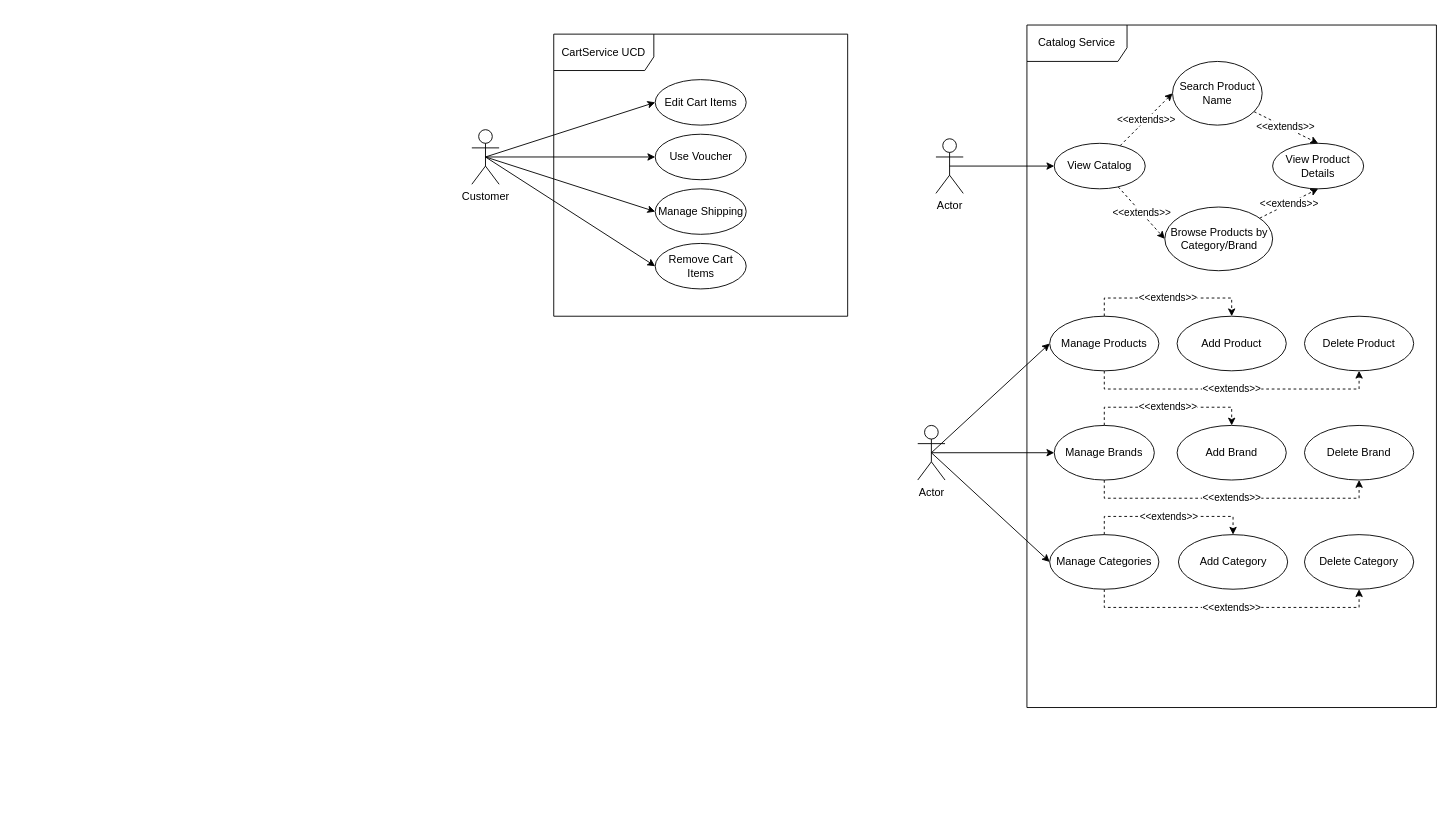
Earlier version of the draw.io diagram DD_usecase.drawio (fsidiqs/DD_Diagrams). Source tidied: cells renumbered, new cells numbered last; positions are measured from the earlier drawing's top-left corner, leaving out a move shared by most shapes. Both pictures are drawn from the tidied source at 91%, with x=0, y=0 at pixel (471, 25).
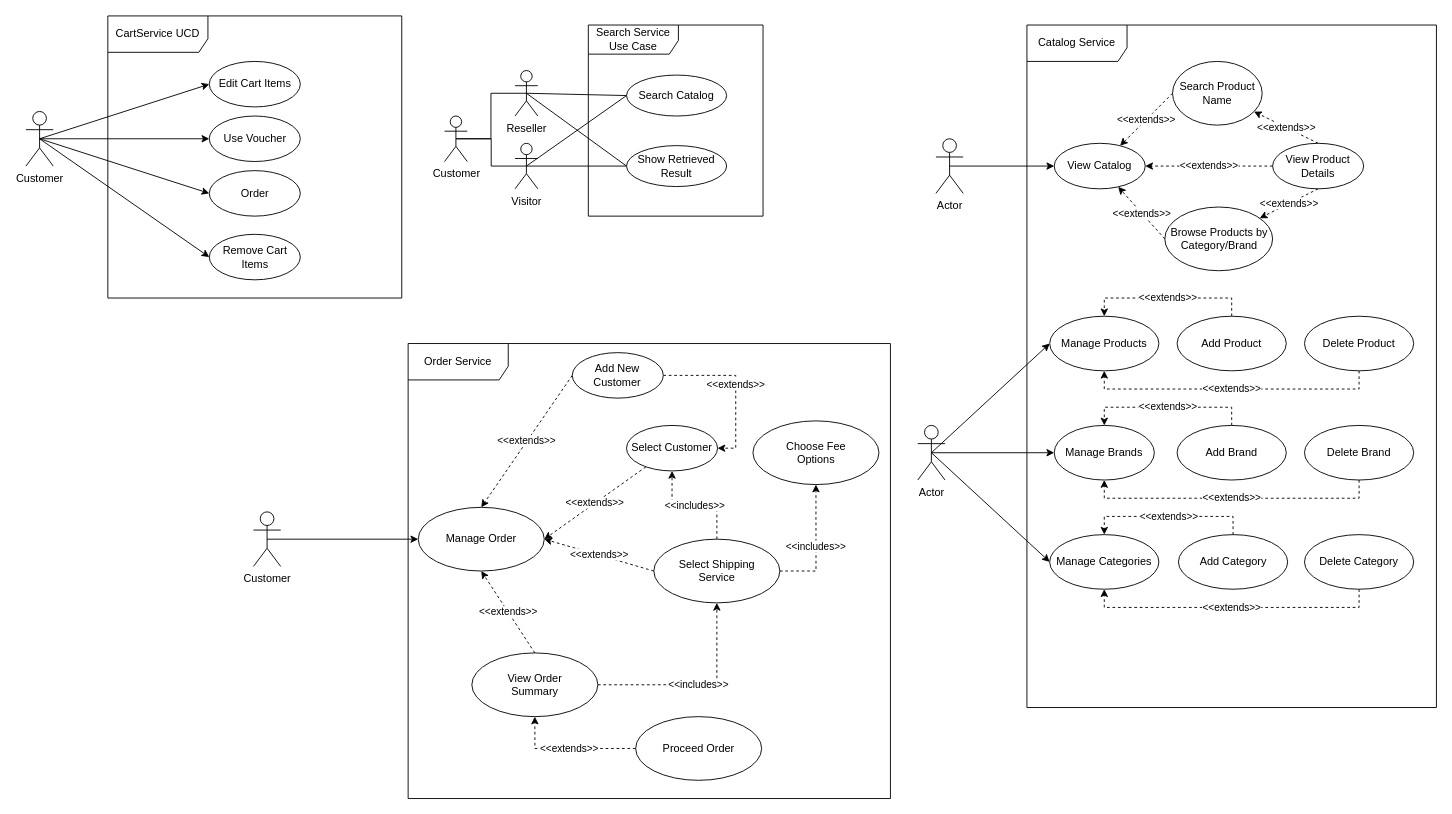
After the change.

Commit message:
Added Order Service DD_usecase.drawio

The change refers to these unchanged cells:
```xml
<mxCell id="14" value="Search Product Name" style="ellipse;whiteSpace=wrap;html=1;" parent="1" vertex="1">
  <mxGeometry x="770" y="40" width="98.5" height="70" as="geometry" />
</mxCell>
<mxCell id="15" value="View Product Details" style="ellipse;whiteSpace=wrap;html=1;" parent="1" vertex="1">
  <mxGeometry x="880" y="130" width="100" height="50" as="geometry" />
</mxCell>
<mxCell id="18" value="View Catalog" style="ellipse;whiteSpace=wrap;html=1;" parent="1" vertex="1">
  <mxGeometry x="640" y="130" width="100" height="50" as="geometry" />
</mxCell>
<mxCell id="20" value="Browse Products by Category/Brand" style="ellipse;whiteSpace=wrap;html=1;" parent="1" vertex="1">
  <mxGeometry x="761.5" y="200" width="118.5" height="70" as="geometry" />
</mxCell>
<mxCell id="25" value="Manage Categories" style="ellipse;whiteSpace=wrap;html=1;" parent="1" vertex="1">
  <mxGeometry x="635" y="560" width="120" height="60" as="geometry" />
</mxCell>
<mxCell id="28" value="Manage Brands" style="ellipse;whiteSpace=wrap;html=1;" parent="1" vertex="1">
  <mxGeometry x="640" y="440" width="110" height="60" as="geometry" />
</mxCell>
<mxCell id="31" value="Manage Products" style="ellipse;whiteSpace=wrap;html=1;" parent="1" vertex="1">
  <mxGeometry x="635" y="320" width="120" height="60" as="geometry" />
</mxCell>
<mxCell id="32" value="Add Product" style="ellipse;whiteSpace=wrap;html=1;" parent="1" vertex="1">
  <mxGeometry x="775" y="320" width="120" height="60" as="geometry" />
</mxCell>
<mxCell id="33" value="Delete Product" style="ellipse;whiteSpace=wrap;html=1;" parent="1" vertex="1">
  <mxGeometry x="915" y="320" width="120" height="60" as="geometry" />
</mxCell>
<mxCell id="34" value="Add Brand" style="ellipse;whiteSpace=wrap;html=1;" parent="1" vertex="1">
  <mxGeometry x="775" y="440" width="120" height="60" as="geometry" />
</mxCell>
<mxCell id="35" value="Delete Brand" style="ellipse;whiteSpace=wrap;html=1;" parent="1" vertex="1">
  <mxGeometry x="915" y="440" width="120" height="60" as="geometry" />
</mxCell>
<mxCell id="36" value="Add Category" style="ellipse;whiteSpace=wrap;html=1;" parent="1" vertex="1">
  <mxGeometry x="776.5" y="560" width="120" height="60" as="geometry" />
</mxCell>
<mxCell id="37" value="Delete Category" style="ellipse;whiteSpace=wrap;html=1;" parent="1" vertex="1">
  <mxGeometry x="915" y="560" width="120" height="60" as="geometry" />
</mxCell>
```

The edit, as a diff of the source:
```diff
@@
     <mxCell id="2" value="CartService UCD" style="shape=umlFrame;whiteSpace=wrap;html=1;width=110;height=40;" parent="1" vertex="1">
-      <mxGeometry x="90" y="10" width="323" height="310" as="geometry" />
+      <mxGeometry x="-400" y="-10" width="323" height="310" as="geometry" />
     </mxCell>
@@
     <mxCell id="7" value="Customer" style="shape=umlActor;verticalLabelPosition=bottom;labelBackgroundColor=#ffffff;verticalAlign=top;html=1;" parent="1" vertex="1">
-      <mxGeometry y="115" width="30" height="60" as="geometry" />
+      <mxGeometry x="-490" y="95" width="30" height="60" as="geometry" />
     </mxCell>
     <mxCell id="8" value="Remove Cart Items" style="ellipse;whiteSpace=wrap;html=1;" parent="1" vertex="1">
-      <mxGeometry x="201.5" y="240" width="100" height="50" as="geometry" />
+      <mxGeometry x="-288.5" y="230" width="100" height="50" as="geometry" />
     </mxCell>
     <mxCell id="9" value="Use Voucher" style="ellipse;whiteSpace=wrap;html=1;" parent="1" vertex="1">
-      <mxGeometry x="201.5" y="120" width="100" height="50" as="geometry" />
+      <mxGeometry x="-288.5" y="100" width="100" height="50" as="geometry" />
     </mxCell>
     <mxCell id="10" value="Edit Cart Items" style="ellipse;whiteSpace=wrap;html=1;" parent="1" vertex="1">
-      <mxGeometry x="201.5" y="60" width="100" height="50" as="geometry" />
+      <mxGeometry x="-288.5" y="40" width="100" height="50" as="geometry" />
     </mxCell>
-    <mxCell id="11" value="Manage Shipping" style="ellipse;whiteSpace=wrap;html=1;" parent="1" vertex="1">
-      <mxGeometry x="201.5" y="180" width="100" height="50" as="geometry" />
+    <mxCell id="11" value="Order" style="ellipse;whiteSpace=wrap;html=1;" parent="1" vertex="1">
+      <mxGeometry x="-288.5" y="160" width="100" height="50" as="geometry" />
     </mxCell>
@@
-    <mxCell id="13" value="&amp;lt;&amp;lt;extends&amp;gt;&amp;gt;" style="edgeStyle=none;rounded=0;jettySize=auto;html=1;entryX=0.5;entryY=0;entryDx=0;entryDy=0;dashed=1;" parent="1" edge="1" source="14" target="15">
+    <mxCell id="13" value="&amp;lt;&amp;lt;extends&amp;gt;&amp;gt;" style="edgeStyle=none;rounded=0;jettySize=auto;html=1;dashed=1;exitX=0.5;exitY=0;exitDx=0;exitDy=0;" parent="1" edge="1" source="15" target="14">
       <mxGeometry relative="1" as="geometry" />
     </mxCell>
@@
-    <mxCell id="16" value="&amp;lt;&amp;lt;extends&amp;gt;&amp;gt;" style="edgeStyle=none;rounded=0;jettySize=auto;html=1;entryX=0;entryY=0.5;entryDx=0;entryDy=0;dashed=1;" parent="1" edge="1" source="18" target="14">
+    <mxCell id="16" value="&amp;lt;&amp;lt;extends&amp;gt;&amp;gt;" style="edgeStyle=none;rounded=0;jettySize=auto;html=1;dashed=1;exitX=0;exitY=0.5;exitDx=0;exitDy=0;" parent="1" edge="1" source="14" target="18">
       <mxGeometry relative="1" as="geometry" />
     </mxCell>
-    <mxCell id="17" value="&amp;lt;&amp;lt;extends&amp;gt;&amp;gt;" style="edgeStyle=none;rounded=0;jettySize=auto;html=1;entryX=0;entryY=0.5;entryDx=0;entryDy=0;dashed=1;" parent="1" edge="1" source="18" target="20">
+    <mxCell id="17" value="&amp;lt;&amp;lt;extends&amp;gt;&amp;gt;" style="edgeStyle=none;rounded=0;jettySize=auto;html=1;dashed=1;exitX=0;exitY=0.5;exitDx=0;exitDy=0;" parent="1" edge="1" source="20" target="18">
       <mxGeometry relative="1" as="geometry" />
     </mxCell>
+    <mxCell id="42" value="&amp;lt;&amp;lt;extends&amp;gt;&amp;gt;" style="edgeStyle=none;rounded=0;jettySize=auto;html=1;dashed=1;exitX=0;exitY=0.5;exitDx=0;exitDy=0;" parent="1" edge="1" source="15" target="18">
+      <mxGeometry relative="1" as="geometry" />
+    </mxCell>
@@
-    <mxCell id="19" value="&amp;lt;&amp;lt;extends&amp;gt;&amp;gt;" style="edgeStyle=none;rounded=0;jettySize=auto;html=1;entryX=0.5;entryY=1;entryDx=0;entryDy=0;dashed=1;" parent="1" edge="1" source="20" target="15">
+    <mxCell id="19" value="&amp;lt;&amp;lt;extends&amp;gt;&amp;gt;" style="edgeStyle=none;rounded=0;jettySize=auto;html=1;dashed=1;exitX=0.5;exitY=1;exitDx=0;exitDy=0;" parent="1" edge="1" source="15" target="20">
       <mxGeometry relative="1" as="geometry" />
     </mxCell>
@@
-    <mxCell id="23" value="&amp;lt;&amp;lt;extends&amp;gt;&amp;gt;" style="edgeStyle=orthogonalEdgeStyle;rounded=0;jettySize=auto;html=1;entryX=0.5;entryY=0;entryDx=0;entryDy=0;dashed=1;exitX=0.5;exitY=0;exitDx=0;exitDy=0;" parent="1" edge="1" source="25" target="36">
+    <mxCell id="23" value="&amp;lt;&amp;lt;extends&amp;gt;&amp;gt;" style="edgeStyle=orthogonalEdgeStyle;rounded=0;jettySize=auto;html=1;entryX=0.5;entryY=0;entryDx=0;entryDy=0;dashed=1;exitX=0.5;exitY=0;exitDx=0;exitDy=0;" parent="1" edge="1" source="36" target="25">
       <mxGeometry relative="1" as="geometry" />
     </mxCell>
-    <mxCell id="24" value="&amp;lt;&amp;lt;extends&amp;gt;&amp;gt;" style="edgeStyle=orthogonalEdgeStyle;rounded=0;jettySize=auto;html=1;entryX=0.5;entryY=1;entryDx=0;entryDy=0;dashed=1;" parent="1" edge="1" source="25" target="37">
+    <mxCell id="24" value="&amp;lt;&amp;lt;extends&amp;gt;&amp;gt;" style="edgeStyle=orthogonalEdgeStyle;rounded=0;jettySize=auto;html=1;dashed=1;exitX=0.5;exitY=1;exitDx=0;exitDy=0;" parent="1" edge="1" source="37" target="25">
       <mxGeometry relative="1" as="geometry">
         <Array as="points">
+          <mxPoint x="975" y="640" />
           <mxPoint x="695" y="640" />
-          <mxPoint x="975" y="640" />
         </Array>
       </mxGeometry>
     </mxCell>
@@
-    <mxCell id="26" value="&amp;lt;&amp;lt;extends&amp;gt;&amp;gt;" style="edgeStyle=orthogonalEdgeStyle;rounded=0;jettySize=auto;html=1;entryX=0.5;entryY=0;entryDx=0;entryDy=0;dashed=1;exitX=0.5;exitY=0;exitDx=0;exitDy=0;" parent="1" edge="1" source="28" target="34">
+    <mxCell id="26" value="&amp;lt;&amp;lt;extends&amp;gt;&amp;gt;" style="edgeStyle=orthogonalEdgeStyle;rounded=0;jettySize=auto;html=1;entryX=0.5;entryY=0;entryDx=0;entryDy=0;dashed=1;exitX=0.5;exitY=0;exitDx=0;exitDy=0;" parent="1" edge="1" source="34" target="28">
       <mxGeometry relative="1" as="geometry" />
     </mxCell>
-    <mxCell id="27" value="&amp;lt;&amp;lt;extends&amp;gt;&amp;gt;" style="edgeStyle=orthogonalEdgeStyle;rounded=0;jettySize=auto;html=1;entryX=0.5;entryY=1;entryDx=0;entryDy=0;dashed=1;exitX=0.5;exitY=1;exitDx=0;exitDy=0;" parent="1" edge="1" source="28" target="35">
+    <mxCell id="27" value="&amp;lt;&amp;lt;extends&amp;gt;&amp;gt;" style="edgeStyle=orthogonalEdgeStyle;rounded=0;jettySize=auto;html=1;entryX=0.5;entryY=1;entryDx=0;entryDy=0;dashed=1;exitX=0.5;exitY=1;exitDx=0;exitDy=0;" parent="1" edge="1" source="35" target="28">
       <mxGeometry relative="1" as="geometry" />
     </mxCell>
@@
-    <mxCell id="29" value="&amp;lt;&amp;lt;extends&amp;gt;&amp;gt;" style="edgeStyle=orthogonalEdgeStyle;rounded=0;jettySize=auto;html=1;exitX=0.5;exitY=0;exitDx=0;exitDy=0;entryX=0.5;entryY=0;entryDx=0;entryDy=0;dashed=1;" parent="1" edge="1" source="31" target="32">
+    <mxCell id="29" value="&amp;lt;&amp;lt;extends&amp;gt;&amp;gt;" style="edgeStyle=orthogonalEdgeStyle;rounded=0;jettySize=auto;html=1;exitX=0.5;exitY=0;exitDx=0;exitDy=0;entryX=0.5;entryY=0;entryDx=0;entryDy=0;dashed=1;" parent="1" edge="1" source="32" target="31">
       <mxGeometry relative="1" as="geometry" />
     </mxCell>
-    <mxCell id="30" value="&amp;lt;&amp;lt;extends&amp;gt;&amp;gt;" style="edgeStyle=orthogonalEdgeStyle;rounded=0;jettySize=auto;html=1;entryX=0.5;entryY=1;entryDx=0;entryDy=0;dashed=1;exitX=0.5;exitY=1;exitDx=0;exitDy=0;" parent="1" edge="1" source="31" target="33">
+    <mxCell id="30" value="&amp;lt;&amp;lt;extends&amp;gt;&amp;gt;" style="edgeStyle=orthogonalEdgeStyle;rounded=0;jettySize=auto;html=1;entryX=0.5;entryY=1;entryDx=0;entryDy=0;dashed=1;exitX=0.5;exitY=1;exitDx=0;exitDy=0;" parent="1" edge="1" source="33" target="31">
       <mxGeometry relative="1" as="geometry">
         <Array as="points">
+          <mxPoint x="975" y="400" />
           <mxPoint x="695" y="400" />
-          <mxPoint x="975" y="400" />
         </Array>
       </mxGeometry>
     </mxCell>
@@
+    <mxCell id="43" value="Search Service Use Case" style="shape=umlFrame;whiteSpace=wrap;html=1;strokeColor=#000000;fillColor=none;width=99;height=32;" parent="1" vertex="1">
+      <mxGeometry x="128" width="192" height="210" as="geometry" />
+    </mxCell>
+    <mxCell id="44" style="edgeStyle=orthogonalEdgeStyle;rounded=0;jettySize=auto;html=1;exitX=0.5;exitY=0.5;exitDx=0;exitDy=0;exitPerimeter=0;entryX=0.5;entryY=0.5;entryDx=0;entryDy=0;entryPerimeter=0;endArrow=none;endFill=0;" parent="1" edge="1" source="46" target="49">
+      <mxGeometry relative="1" as="geometry">
+        <Array as="points">
+          <mxPoint x="21" y="125" />
+          <mxPoint x="21" y="75" />
+        </Array>
+      </mxGeometry>
+    </mxCell>
+    <mxCell id="45" style="edgeStyle=orthogonalEdgeStyle;rounded=0;jettySize=auto;html=1;exitX=0.5;exitY=0.5;exitDx=0;exitDy=0;exitPerimeter=0;entryX=0.5;entryY=0.5;entryDx=0;entryDy=0;entryPerimeter=0;endArrow=none;endFill=0;" parent="1" edge="1" source="46" target="52">
+      <mxGeometry relative="1" as="geometry" />
+    </mxCell>
+    <mxCell id="46" value="Customer" style="shape=umlActor;verticalLabelPosition=bottom;labelBackgroundColor=#ffffff;verticalAlign=top;html=1;strokeColor=#000000;" parent="1" vertex="1">
+      <mxGeometry x="-30" y="100" width="25" height="50" as="geometry" />
+    </mxCell>
+    <mxCell id="47" style="rounded=0;jettySize=auto;html=1;exitX=0.5;exitY=0.5;exitDx=0;exitDy=0;exitPerimeter=0;endArrow=none;endFill=0;entryX=0;entryY=0.5;entryDx=0;entryDy=0;" parent="1" edge="1" source="49" target="53">
+      <mxGeometry relative="1" as="geometry" />
+    </mxCell>
+    <mxCell id="48" style="edgeStyle=none;rounded=0;jettySize=auto;html=1;exitX=0.5;exitY=0.5;exitDx=0;exitDy=0;exitPerimeter=0;entryX=0;entryY=0.5;entryDx=0;entryDy=0;endArrow=none;endFill=0;" parent="1" edge="1" source="49" target="54">
+      <mxGeometry relative="1" as="geometry" />
+    </mxCell>
+    <mxCell id="49" value="Reseller" style="shape=umlActor;verticalLabelPosition=bottom;labelBackgroundColor=#ffffff;verticalAlign=top;html=1;strokeColor=#000000;" parent="1" vertex="1">
+      <mxGeometry x="47.5" y="50" width="25" height="50" as="geometry" />
+    </mxCell>
+    <mxCell id="50" style="edgeStyle=none;rounded=0;jettySize=auto;html=1;exitX=0.5;exitY=0.5;exitDx=0;exitDy=0;exitPerimeter=0;entryX=0;entryY=0.5;entryDx=0;entryDy=0;endArrow=none;endFill=0;" parent="1" edge="1" source="52" target="53">
+      <mxGeometry relative="1" as="geometry" />
+    </mxCell>
+    <mxCell id="51" style="edgeStyle=none;rounded=0;jettySize=auto;html=1;exitX=0.5;exitY=0.5;exitDx=0;exitDy=0;exitPerimeter=0;entryX=0;entryY=0.5;entryDx=0;entryDy=0;endArrow=none;endFill=0;" parent="1" edge="1" source="52" target="54">
+      <mxGeometry relative="1" as="geometry" />
+    </mxCell>
+    <mxCell id="52" value="Visitor" style="shape=umlActor;verticalLabelPosition=bottom;labelBackgroundColor=#ffffff;verticalAlign=top;html=1;strokeColor=#000000;" parent="1" vertex="1">
+      <mxGeometry x="47.5" y="130" width="25" height="50" as="geometry" />
+    </mxCell>
+    <mxCell id="53" value="Search Catalog" style="ellipse;whiteSpace=wrap;html=1;strokeColor=#000000;" parent="1" vertex="1">
+      <mxGeometry x="170" y="55" width="110" height="45" as="geometry" />
+    </mxCell>
+    <mxCell id="54" value="Show Retrieved Result" style="ellipse;whiteSpace=wrap;html=1;strokeColor=#000000;" parent="1" vertex="1">
+      <mxGeometry x="170" y="132.5" width="110" height="45" as="geometry" />
+    </mxCell>
+    <mxCell id="55" value="Order Service" style="shape=umlFrame;whiteSpace=wrap;html=1;width=110;height=40;" parent="1" vertex="1">
+      <mxGeometry x="-70" y="350" width="530" height="500" as="geometry" />
+    </mxCell>
+    <mxCell id="56" value="&amp;lt;&amp;lt;extends&amp;gt;&amp;gt;" style="edgeStyle=none;rounded=0;jettySize=auto;html=1;exitX=0;exitY=0.5;exitDx=0;exitDy=0;entryX=0.5;entryY=0;entryDx=0;entryDy=0;dashed=1;" parent="1" edge="1" source="63" target="72">
+      <mxGeometry relative="1" as="geometry" />
+    </mxCell>
+    <mxCell id="57" value="&amp;lt;&amp;lt;extends&amp;gt;&amp;gt;" style="edgeStyle=none;rounded=0;jettySize=auto;html=1;dashed=1;entryX=1;entryY=0.5;entryDx=0;entryDy=0;" parent="1" edge="1" source="62" target="72">
+      <mxGeometry relative="1" as="geometry" />
+    </mxCell>
+    <mxCell id="58" value="&amp;lt;&amp;lt;extends&amp;gt;&amp;gt;" style="edgeStyle=none;rounded=0;jettySize=auto;html=1;exitX=0;exitY=0.5;exitDx=0;exitDy=0;entryX=1;entryY=0.5;entryDx=0;entryDy=0;dashed=1;" parent="1" edge="1" source="66" target="72">
+      <mxGeometry relative="1" as="geometry" />
+    </mxCell>
+    <mxCell id="59" value="&lt;div&gt;&amp;lt;&amp;lt;extends&amp;gt;&amp;gt;&lt;/div&gt;" style="edgeStyle=none;rounded=0;jettySize=auto;html=1;entryX=0.5;entryY=1;entryDx=0;entryDy=0;dashed=1;exitX=0.5;exitY=0;exitDx=0;exitDy=0;" parent="1" edge="1" source="70" target="72">
+      <mxGeometry relative="1" as="geometry" />
+    </mxCell>
+    <mxCell id="60" value="Customer" style="shape=umlActor;verticalLabelPosition=bottom;labelBackgroundColor=#ffffff;verticalAlign=top;html=1;" parent="1" vertex="1">
+      <mxGeometry x="-240" y="535" width="30" height="60" as="geometry" />
+    </mxCell>
+    <mxCell id="61" value="&amp;lt;&amp;lt;extends&amp;gt;&amp;gt;" style="edgeStyle=orthogonalEdgeStyle;rounded=0;jettySize=auto;html=1;exitX=1;exitY=0.5;exitDx=0;exitDy=0;entryX=1;entryY=0.5;entryDx=0;entryDy=0;dashed=1;" parent="1" edge="1" source="63" target="62">
+      <mxGeometry relative="1" as="geometry" />
+    </mxCell>
+    <mxCell id="62" value="Select Customer" style="ellipse;whiteSpace=wrap;html=1;" parent="1" vertex="1">
+      <mxGeometry x="170" y="440" width="100" height="50" as="geometry" />
+    </mxCell>
+    <mxCell id="63" value="Add New Customer" style="ellipse;whiteSpace=wrap;html=1;" parent="1" vertex="1">
+      <mxGeometry x="110.4" y="360" width="100" height="50" as="geometry" />
+    </mxCell>
+    <mxCell id="64" value="&amp;lt;&amp;lt;includes&amp;gt;&amp;gt;" style="edgeStyle=orthogonalEdgeStyle;rounded=0;jettySize=auto;html=1;exitX=0.5;exitY=0;exitDx=0;exitDy=0;entryX=0.5;entryY=1;entryDx=0;entryDy=0;dashed=1;" parent="1" edge="1" source="66" target="62">
+      <mxGeometry relative="1" as="geometry" />
+    </mxCell>
+    <mxCell id="65" value="&amp;lt;&amp;lt;includes&amp;gt;&amp;gt;" style="edgeStyle=orthogonalEdgeStyle;rounded=0;jettySize=auto;html=1;dashed=1;exitX=1;exitY=0.5;exitDx=0;exitDy=0;" parent="1" edge="1" source="66" target="67">
+      <mxGeometry relative="1" as="geometry" />
+    </mxCell>
+    <mxCell id="66" value="&lt;div&gt;Select Shipping&lt;/div&gt;&lt;div&gt; Service&lt;/div&gt;" style="ellipse;whiteSpace=wrap;html=1;" parent="1" vertex="1">
+      <mxGeometry x="200" y="565" width="138.5" height="70" as="geometry" />
+    </mxCell>
+    <mxCell id="67" value="&lt;div&gt;Choose Fee&lt;/div&gt;&lt;div&gt; Options&lt;/div&gt;" style="ellipse;whiteSpace=wrap;html=1;" parent="1" vertex="1">
+      <mxGeometry x="308.9" y="435" width="138.5" height="70" as="geometry" />
+    </mxCell>
+    <mxCell id="68" value="&amp;lt;&amp;lt;includes&amp;gt;&amp;gt;" style="edgeStyle=orthogonalEdgeStyle;rounded=0;jettySize=auto;html=1;entryX=0.5;entryY=1;entryDx=0;entryDy=0;dashed=1;" parent="1" edge="1" source="70" target="66">
+      <mxGeometry relative="1" as="geometry" />
+    </mxCell>
+    <mxCell id="69" value="&amp;lt;&amp;lt;extends&amp;gt;&amp;gt;" style="edgeStyle=orthogonalEdgeStyle;rounded=0;jettySize=auto;html=1;dashed=1;entryX=0.5;entryY=1;entryDx=0;entryDy=0;" parent="1" edge="1" source="71" target="70">
+      <mxGeometry relative="1" as="geometry" />
+    </mxCell>
+    <mxCell id="70" value="&lt;div&gt;View Order&lt;/div&gt;&lt;div&gt;Summary&lt;br&gt;&lt;/div&gt;" style="ellipse;whiteSpace=wrap;html=1;" parent="1" vertex="1">
+      <mxGeometry y="690" width="138.5" height="70" as="geometry" />
+    </mxCell>
+    <mxCell id="71" value="Proceed Order" style="ellipse;whiteSpace=wrap;html=1;" parent="1" vertex="1">
+      <mxGeometry x="180" y="760" width="138.5" height="70" as="geometry" />
+    </mxCell>
+    <mxCell id="72" value="Manage Order" style="ellipse;whiteSpace=wrap;html=1;" parent="1" vertex="1">
+      <mxGeometry x="-58.9" y="530" width="138.5" height="70" as="geometry" />
+    </mxCell>
+    <mxCell id="73" style="edgeStyle=none;rounded=0;jettySize=auto;html=1;exitX=0.5;exitY=0.5;exitDx=0;exitDy=0;exitPerimeter=0;entryX=0;entryY=0.5;entryDx=0;entryDy=0;" parent="1" edge="1" source="60" target="72">
+      <mxGeometry relative="1" as="geometry" />
+    </mxCell>
```
